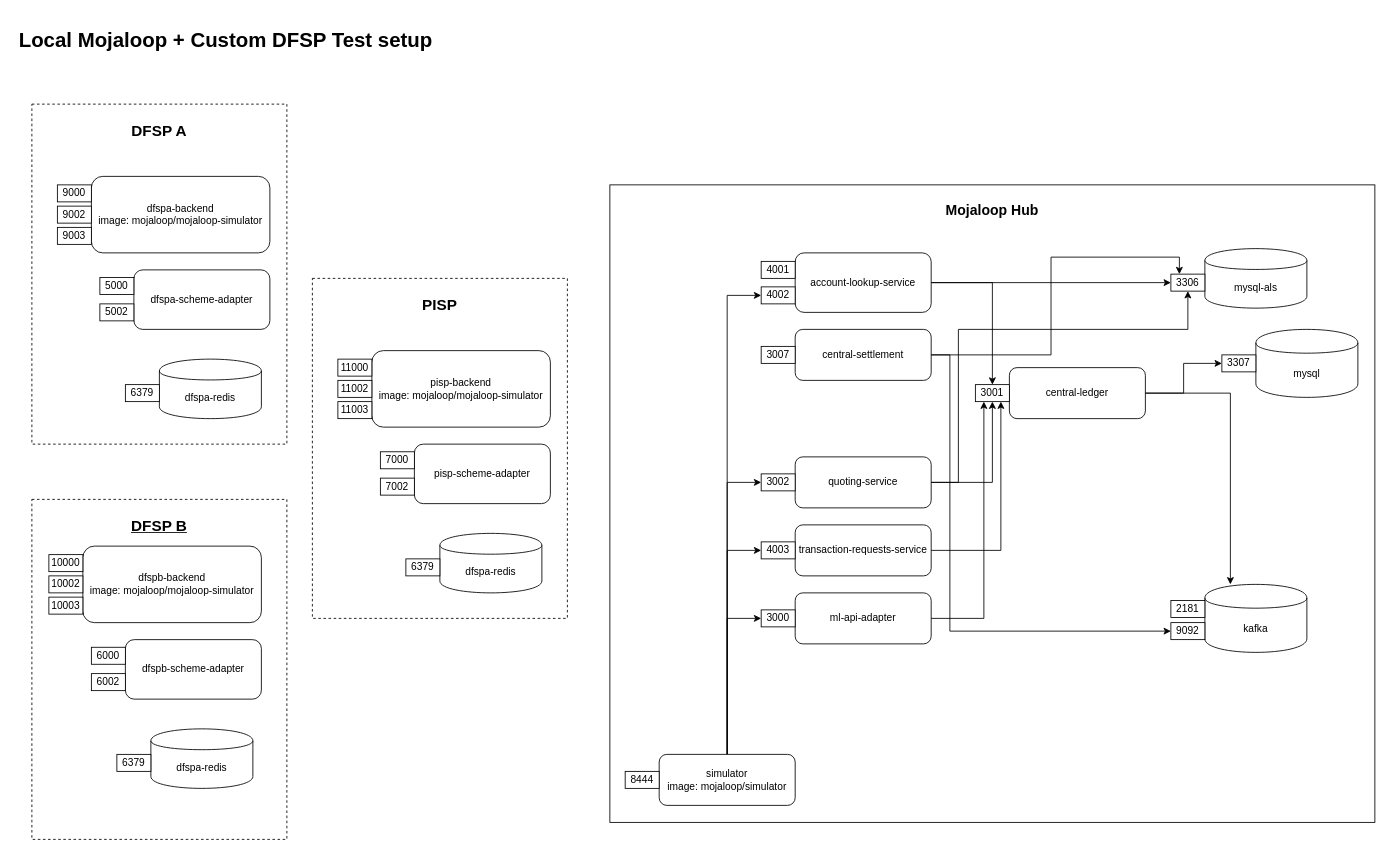
Before: docker-local/components_layout.drawio in mojaloop/pisp-project, a draw.io diagram. Source tidied: cells renumbered, new cells numbered last; positions are measured from the earlier drawing's top-left corner, leaving out a move shared by most shapes. Both pictures are drawn from the tidied source at 85%, with x=0, y=0 at pixel (14, 23).
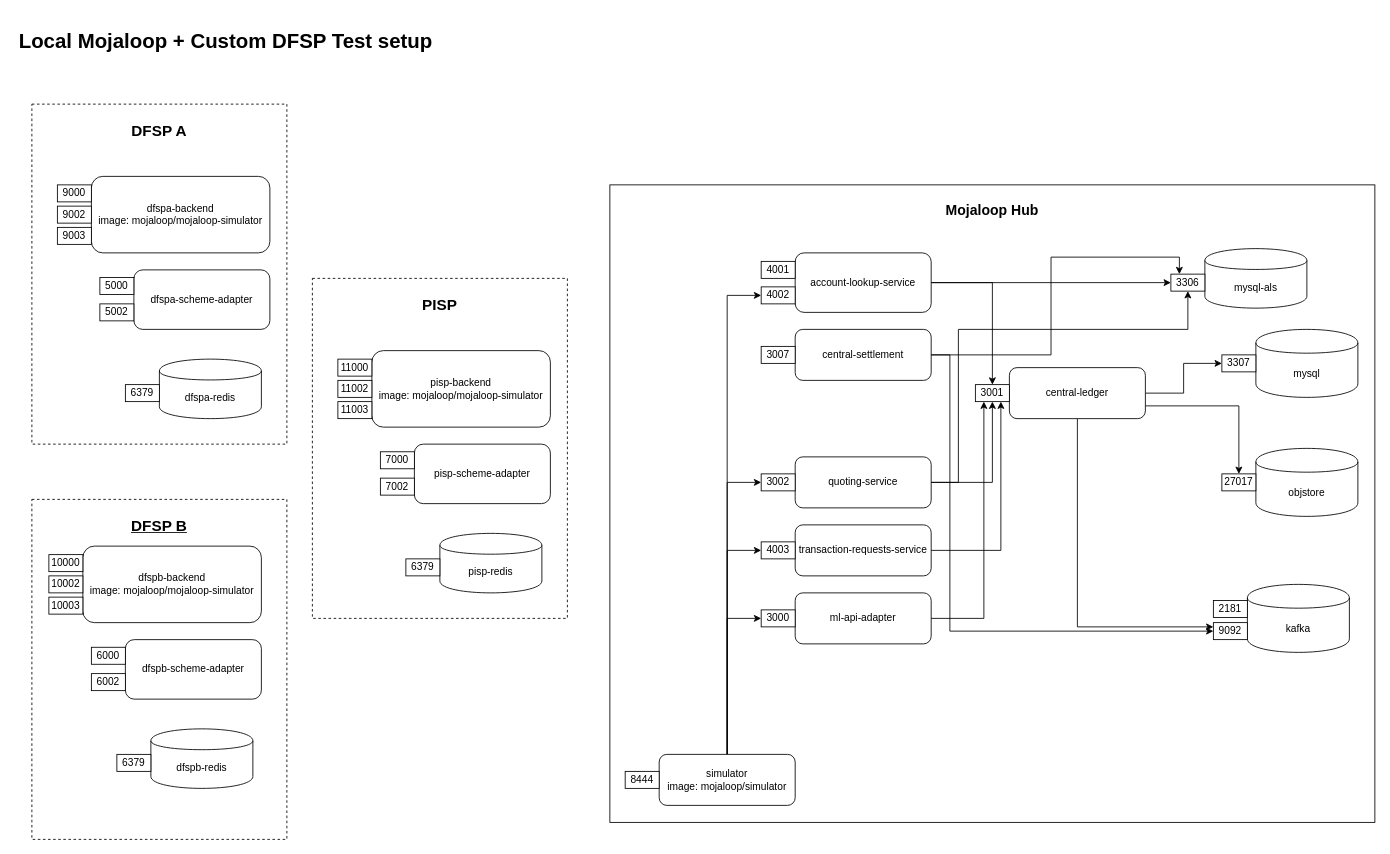
Above is the later version.

The change refers to these unchanged cells:
```xml
<mxCell id="57" style="group;" parent="1" vertex="1">
  <mxGeometry x="120" y="830" width="160" height="70" as="geometry" />
</mxCell>
<mxCell id="75" style="group;" parent="73" vertex="1">
  <mxGeometry x="110" y="300" width="160" height="70" as="geometry" />
</mxCell>
```

Diff of the diagram source:
```diff
@@
     <mxCell id="2" value="&lt;h1&gt;&lt;span&gt;Local Mojaloop + Custom DFSP Test setup&lt;/span&gt;&lt;/h1&gt;" style="text;html=1;strokeColor=none;fillColor=none;spacing=5;spacingTop=-20;whiteSpace=wrap;overflow=hidden;rounded=0;" parent="1" vertex="1">
-      <mxGeometry width="580" height="40" as="geometry" />
+      <mxGeometry y="2" width="580" height="40" as="geometry" />
     </mxCell>
@@
-    <mxCell id="5" style="group;" parent="1" vertex="1">
-      <mxGeometry x="1130" y="405" width="200" height="60" as="geometry" />
-    </mxCell>
-    <mxCell id="6" style="group;" parent="5" vertex="1">
-      <mxGeometry width="200" height="60" as="geometry" />
-    </mxCell>
-    <mxCell id="7" value="central-ledger" style="rounded=1;whiteSpace=wrap;html=1;align=center;" parent="6" vertex="1">
-      <mxGeometry x="40" width="160" height="60" as="geometry" />
-    </mxCell>
-    <mxCell id="8" value="3001" style="rounded=0;whiteSpace=wrap;html=1;align=center;" parent="6" vertex="1">
-      <mxGeometry y="20" width="40" height="20" as="geometry" />
-    </mxCell>
@@
-    <mxCell id="21" style="group;" parent="1" vertex="1">
-      <mxGeometry x="1360" y="660" width="160" height="80" as="geometry" />
-    </mxCell>
-    <mxCell id="22" value="kafka" style="shape=cylinder;whiteSpace=wrap;html=1;boundedLbl=1;backgroundOutline=1;rounded=0;align=center;" parent="21" vertex="1">
-      <mxGeometry x="40" width="120" height="80" as="geometry" />
-    </mxCell>
-    <mxCell id="23" value="2181" style="rounded=0;whiteSpace=wrap;html=1;align=center;" parent="21" vertex="1">
-      <mxGeometry y="19" width="40" height="20" as="geometry" />
-    </mxCell>
-    <mxCell id="24" value="9092" style="rounded=0;whiteSpace=wrap;html=1;align=center;" parent="21" vertex="1">
-      <mxGeometry y="45" width="40" height="20" as="geometry" />
-    </mxCell>
@@
-    <mxCell id="58" value="dfspa-redis" style="shape=cylinder;whiteSpace=wrap;html=1;boundedLbl=1;backgroundOutline=1;rounded=0;align=center;" parent="57" vertex="1">
+    <mxCell id="58" value="dfspb-redis" style="shape=cylinder;whiteSpace=wrap;html=1;boundedLbl=1;backgroundOutline=1;rounded=0;align=center;" parent="57" vertex="1">
       <mxGeometry x="40" width="120" height="70" as="geometry" />
     </mxCell>
@@
-    <mxCell id="76" value="dfspa-redis" style="shape=cylinder;whiteSpace=wrap;html=1;boundedLbl=1;backgroundOutline=1;rounded=0;align=center;" parent="75" vertex="1">
+    <mxCell id="76" value="pisp-redis" style="shape=cylinder;whiteSpace=wrap;html=1;boundedLbl=1;backgroundOutline=1;rounded=0;align=center;" parent="75" vertex="1">
       <mxGeometry x="40" width="120" height="70" as="geometry" />
     </mxCell>
@@
-    <mxCell id="89" style="edgeStyle=orthogonalEdgeStyle;rounded=0;jettySize=auto;html=1;" parent="1" edge="1" source="7" target="22">
+    <mxCell id="89" style="edgeStyle=orthogonalEdgeStyle;rounded=0;jettySize=auto;html=1;" parent="1" edge="1" source="7">
       <mxGeometry relative="1" as="geometry">
+        <mxPoint x="1410" y="710" as="targetPoint" />
         <Array as="points">
-          <mxPoint x="1430" y="435" />
+          <mxPoint x="1250" y="710" />
         </Array>
       </mxGeometry>
     </mxCell>
@@
+    <mxCell id="22" value="kafka" style="shape=cylinder;whiteSpace=wrap;html=1;boundedLbl=1;backgroundOutline=1;rounded=0;align=center;" parent="1" vertex="1">
+      <mxGeometry x="1450" y="660" width="120" height="80" as="geometry" />
+    </mxCell>
+    <mxCell id="23" value="2181" style="rounded=0;whiteSpace=wrap;html=1;align=center;" parent="1" vertex="1">
+      <mxGeometry x="1410" y="679" width="40" height="20" as="geometry" />
+    </mxCell>
+    <mxCell id="24" value="9092" style="rounded=0;whiteSpace=wrap;html=1;align=center;" parent="1" vertex="1">
+      <mxGeometry x="1410" y="705" width="40" height="20" as="geometry" />
+    </mxCell>
+    <mxCell id="93" value="objstore" style="shape=cylinder;whiteSpace=wrap;html=1;boundedLbl=1;backgroundOutline=1;rounded=0;align=center;" parent="1" vertex="1">
+      <mxGeometry x="1460" y="500" width="120" height="80" as="geometry" />
+    </mxCell>
+    <mxCell id="94" value="27017" style="rounded=0;whiteSpace=wrap;html=1;align=center;" parent="1" vertex="1">
+      <mxGeometry x="1420" y="530" width="40" height="20" as="geometry" />
+    </mxCell>
+    <mxCell id="95" style="edgeStyle=orthogonalEdgeStyle;rounded=0;jettySize=auto;html=1;entryX=0.5;entryY=0;entryDx=0;entryDy=0;exitX=1;exitY=0.75;exitDx=0;exitDy=0;" parent="1" edge="1" source="7" target="94">
+      <mxGeometry relative="1" as="geometry" />
+    </mxCell>
+    <mxCell id="7" value="central-ledger" style="rounded=1;whiteSpace=wrap;html=1;align=center;" parent="1" vertex="1">
+      <mxGeometry x="1170" y="405" width="160" height="60" as="geometry" />
+    </mxCell>
+    <mxCell id="8" value="3001" style="rounded=0;whiteSpace=wrap;html=1;align=center;" parent="1" vertex="1">
+      <mxGeometry x="1130" y="425" width="40" height="20" as="geometry" />
+    </mxCell>
```
